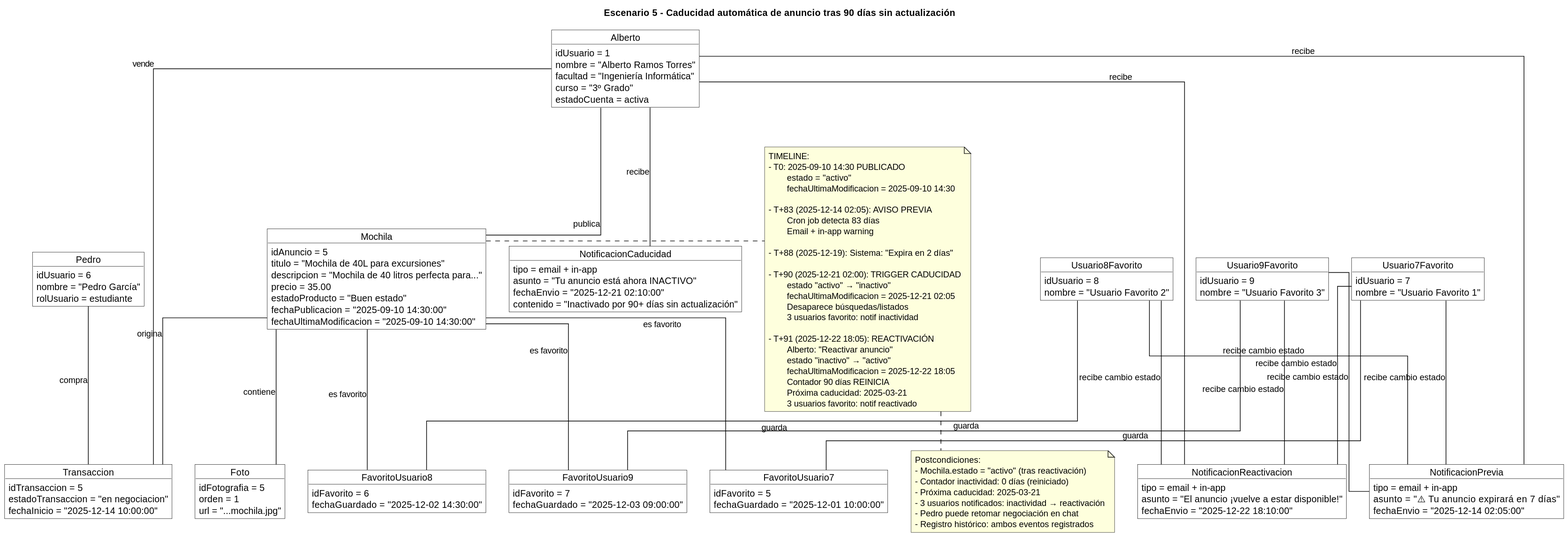
The PlantUML diagram recursos/Escenario5.svg in NBP6099/WallapopEstudiante, before a commit.
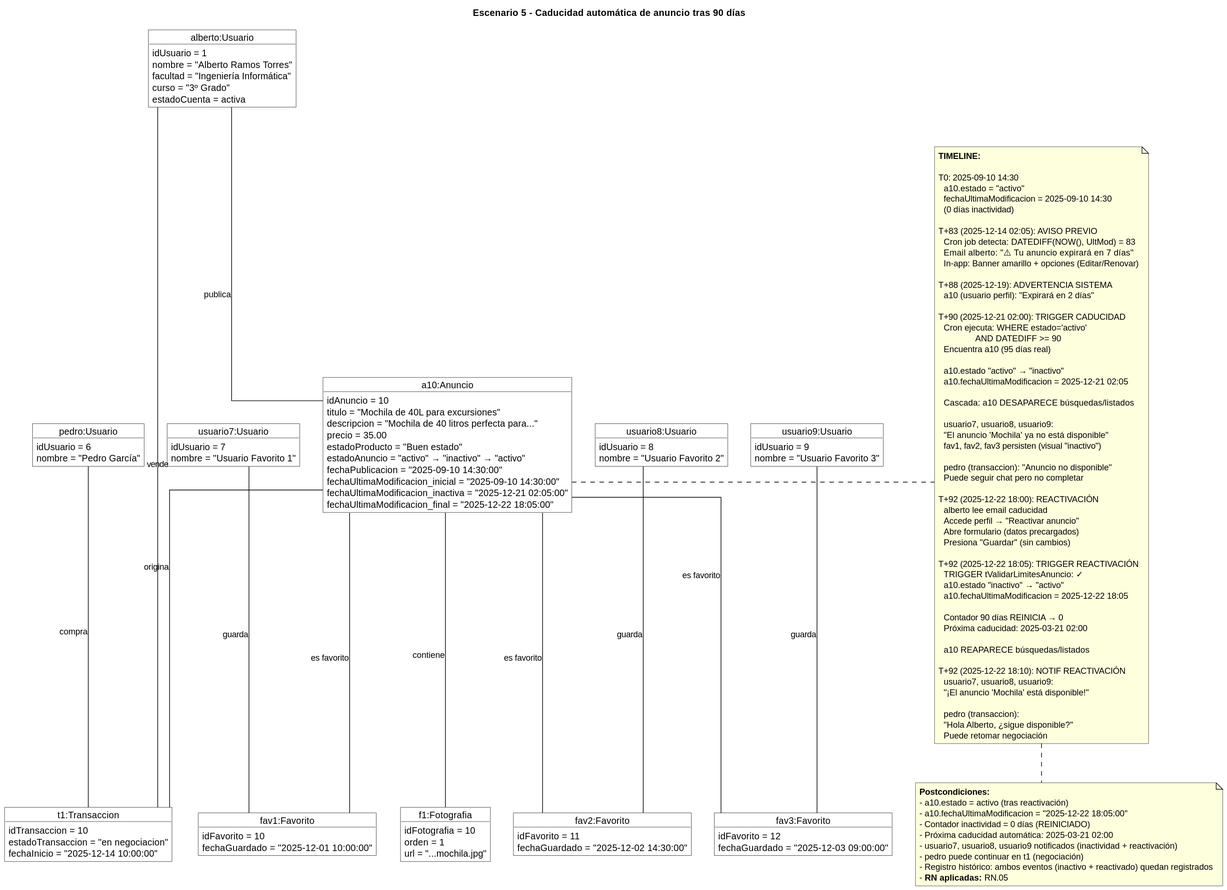
The same diagram one commit later.

Change to the diagram source:
```diff
@@ -1,5 +1,5 @@
 @startuml
-title Escenario 5 - Caducidad automática de anuncio tras 90 días sin actualización
+title Escenario 5 - Caducidad automática de anuncio tras 90 días
 skinparam classAttributeIconSize 0
 skinparam linetype ortho
 skinparam defaultFontName Helvetica
@@ -8,7 +8,7 @@
 skinparam ArrowColor Black
 skinparam Shadowing false
 
-object Alberto {
+object "alberto:Usuario" as alberto {
   idUsuario = 1
   nombre = "Alberto Ramos Torres"
   facultad = "Ingeniería Informática"
@@ -16,144 +16,147 @@
   estadoCuenta = activa
 }
 
-object Pedro {
+object "pedro:Usuario" as pedro {
   idUsuario = 6
   nombre = "Pedro García"
-  rolUsuario = estudiante
 }
 
-object Usuario7Favorito {
+object "usuario7:Usuario" as usuario7 {
   idUsuario = 7
   nombre = "Usuario Favorito 1"
 }
 
-object Usuario8Favorito {
+object "usuario8:Usuario" as usuario8 {
   idUsuario = 8
   nombre = "Usuario Favorito 2"
 }
 
-object Usuario9Favorito {
+object "usuario9:Usuario" as usuario9 {
   idUsuario = 9
   nombre = "Usuario Favorito 3"
 }
 
-object Mochila {
-  idAnuncio = 5
+object "a10:Anuncio" as a10 {
+  idAnuncio = 10
   titulo = "Mochila de 40L para excursiones"
   descripcion = "Mochila de 40 litros perfecta para..."
   precio = 35.00
   estadoProducto = "Buen estado"
+  estadoAnuncio = "activo" → "inactivo" → "activo"
   fechaPublicacion = "2025-09-10 14:30:00"
-  fechaUltimaModificacion = "2025-09-10 14:30:00"
+  fechaUltimaModificacion_inicial = "2025-09-10 14:30:00"
+  fechaUltimaModificacion_inactiva = "2025-12-21 02:05:00"
+  fechaUltimaModificacion_final = "2025-12-22 18:05:00"
 }
 
-object Foto {
-  idFotografia = 5
+object "f1:Fotografia" as f1 {
+  idFotografia = 10
   orden = 1
   url = "...mochila.jpg"
 }
 
-object Transaccion {
-  idTransaccion = 5
+object "t1:Transaccion" as t1 {
+  idTransaccion = 10
   estadoTransaccion = "en negociacion"
   fechaInicio = "2025-12-14 10:00:00"
 }
 
-object NotificacionPrevia {
-  tipo = email + in-app
-  asunto = "⚠️ Tu anuncio expirará en 7 días"
-  fechaEnvio = "2025-12-14 02:05:00"
-}
-
-object NotificacionCaducidad {
-  tipo = email + in-app
-  asunto = "Tu anuncio está ahora INACTIVO"
-  fechaEnvio = "2025-12-21 02:10:00"
-  contenido = "Inactivado por 90+ días sin actualización"
-}
-
-object NotificacionReactivacion {
-  tipo = email + in-app
-  asunto = "El anuncio ¡vuelve a estar disponible!"
-  fechaEnvio = "2025-12-22 18:10:00"
-}
-
-object FavoritoUsuario7 {
-  idFavorito = 5
+object "fav1:Favorito" as fav1 {
+  idFavorito = 10
   fechaGuardado = "2025-12-01 10:00:00"
 }
 
-object FavoritoUsuario8 {
-  idFavorito = 6
+object "fav2:Favorito" as fav2 {
+  idFavorito = 11
   fechaGuardado = "2025-12-02 14:30:00"
 }
 
-object FavoritoUsuario9 {
-  idFavorito = 7
+object "fav3:Favorito" as fav3 {
+  idFavorito = 12
   fechaGuardado = "2025-12-03 09:00:00"
 }
 
-Alberto -- Mochila : publica
-Pedro -- Transaccion : compra
-Alberto -- Transaccion : vende
+alberto -- a10 : publica
+pedro -- t1 : compra
+alberto -- t1 : vende
+a10 -- f1 : contiene
+a10 -- t1 : origina
 
-Mochila -- Foto : contiene
-Mochila -- Transaccion : origina
+usuario7 -- fav1 : guarda
+usuario8 -- fav2 : guarda
+usuario9 -- fav3 : guarda
 
-Usuario7Favorito -- FavoritoUsuario7 : guarda
-Usuario8Favorito -- FavoritoUsuario8 : guarda
-Usuario9Favorito -- FavoritoUsuario9 : guarda
+a10 -- fav1 : es favorito
+a10 -- fav2 : es favorito
+a10 -- fav3 : es favorito
 
-Mochila -- FavoritoUsuario7 : es favorito
-Mochila -- FavoritoUsuario8 : es favorito
-Mochila -- FavoritoUsuario9 : es favorito
+note right of a10
+**TIMELINE:**
 
-Alberto -- NotificacionPrevia : recibe
-Alberto -- NotificacionCaducidad : recibe
-Alberto -- NotificacionReactivacion : recibe
+T0: 2025-09-10 14:30
+  a10.estado = "activo"
+  fechaUltimaModificacion = 2025-09-10 14:30
+  (0 días inactividad)
 
-Usuario7Favorito -- NotificacionPrevia : recibe cambio estado
-Usuario8Favorito -- NotificacionPrevia : recibe cambio estado
-Usuario9Favorito -- NotificacionPrevia : recibe cambio estado
+T+83 (2025-12-14 02:05): AVISO PREVIO
+  Cron job detecta: DATEDIFF(NOW(), UltMod) = 83
+  Email alberto: "⚠️ Tu anuncio expirará en 7 días"
+  In-app: Banner amarillo + opciones (Editar/Renovar)
 
-Usuario7Favorito -- NotificacionReactivacion : recibe cambio estado
-Usuario8Favorito -- NotificacionReactivacion : recibe cambio estado
-Usuario9Favorito -- NotificacionReactivacion : recibe cambio estado
+T+88 (2025-12-19): ADVERTENCIA SISTEMA
+  a10 (usuario perfil): "Expirará en 2 días"
 
-note right of Mochila
-TIMELINE:
-- T0: 2025-09-10 14:30 PUBLICADO
-       estado = "activo"
-       fechaUltimaModificacion = 2025-09-10 14:30
+T+90 (2025-12-21 02:00): TRIGGER CADUCIDAD
+  Cron ejecuta: WHERE estado='activo'
+              AND DATEDIFF >= 90
+  Encuentra a10 (95 días real)
 
-- T+83 (2025-12-14 02:05): AVISO PREVIA
-       Cron job detecta 83 días
-       Email + in-app warning
+  a10.estado "activo" → "inactivo"
+  a10.fechaUltimaModificacion = 2025-12-21 02:05
 
-- T+88 (2025-12-19): Sistema: "Expira en 2 días"
+  Cascada: a10 DESAPARECE búsquedas/listados
 
-- T+90 (2025-12-21 02:00): TRIGGER CADUCIDAD
-       estado "activo" → "inactivo"
-       fechaUltimaModificacion = 2025-12-21 02:05
-       Desaparece búsquedas/listados
-       3 usuarios favorito: notif inactividad
+  usuario7, usuario8, usuario9:
+  "El anuncio 'Mochila' ya no está disponible"
+  fav1, fav2, fav3 persisten (visual "inactivo")
 
-- T+91 (2025-12-22 18:05): REACTIVACIÓN
-       Alberto: "Reactivar anuncio"
-       estado "inactivo" → "activo"
-       fechaUltimaModificacion = 2025-12-22 18:05
-       Contador 90 días REINICIA
-       Próxima caducidad: 2025-03-21
-       3 usuarios favorito: notif reactivado
+  pedro (transaccion): "Anuncio no disponible"
+  Puede seguir chat pero no completar
+
+T+92 (2025-12-22 18:00): REACTIVACIÓN
+  alberto lee email caducidad
+  Accede perfil → "Reactivar anuncio"
+  Abre formulario (datos precargados)
+  Presiona "Guardar" (sin cambios)
+
+T+92 (2025-12-22 18:05): TRIGGER REACTIVACIÓN
+  TRIGGER tValidarLimitesAnuncio: ✓
+  a10.estado "inactivo" → "activo"
+  a10.fechaUltimaModificacion = 2025-12-22 18:05
+
+  Contador 90 días REINICIA → 0
+  Próxima caducidad: 2025-03-21 02:00
+
+  a10 REAPARECE búsquedas/listados
+
+T+92 (2025-12-22 18:10): NOTIF REACTIVACIÓN
+  usuario7, usuario8, usuario9:
+  "¡El anuncio 'Mochila' está disponible!"
+
+  pedro (transaccion):
+  "Hola Alberto, ¿sigue disponible?"
+  Puede retomar negociación
 end note
 
 note bottom
-Postcondiciones:
-- Mochila.estado = "activo" (tras reactivación)
-- Contador inactividad: 0 días (reiniciado)
-- Próxima caducidad: 2025-03-21
-- 3 usuarios notificados: inactividad → reactivación
-- Pedro puede retomar negociación en chat
-- Registro histórico: ambos eventos registrados
+**Postcondiciones:**
+- a10.estado = activo (tras reactivación)
+- a10.fechaUltimaModificacion = "2025-12-22 18:05:00"
+- Contador inactividad = 0 días (REINICIADO)
+- Próxima caducidad automática: 2025-03-21 02:00
+- usuario7, usuario8, usuario9 notificados (inactividad + reactivación)
+- pedro puede continuar en t1 (negociación)
+- Registro histórico: ambos eventos (inactivo + reactivado) quedan registrados
+- **RN aplicadas:** RN.05
 end note
 @enduml
```
